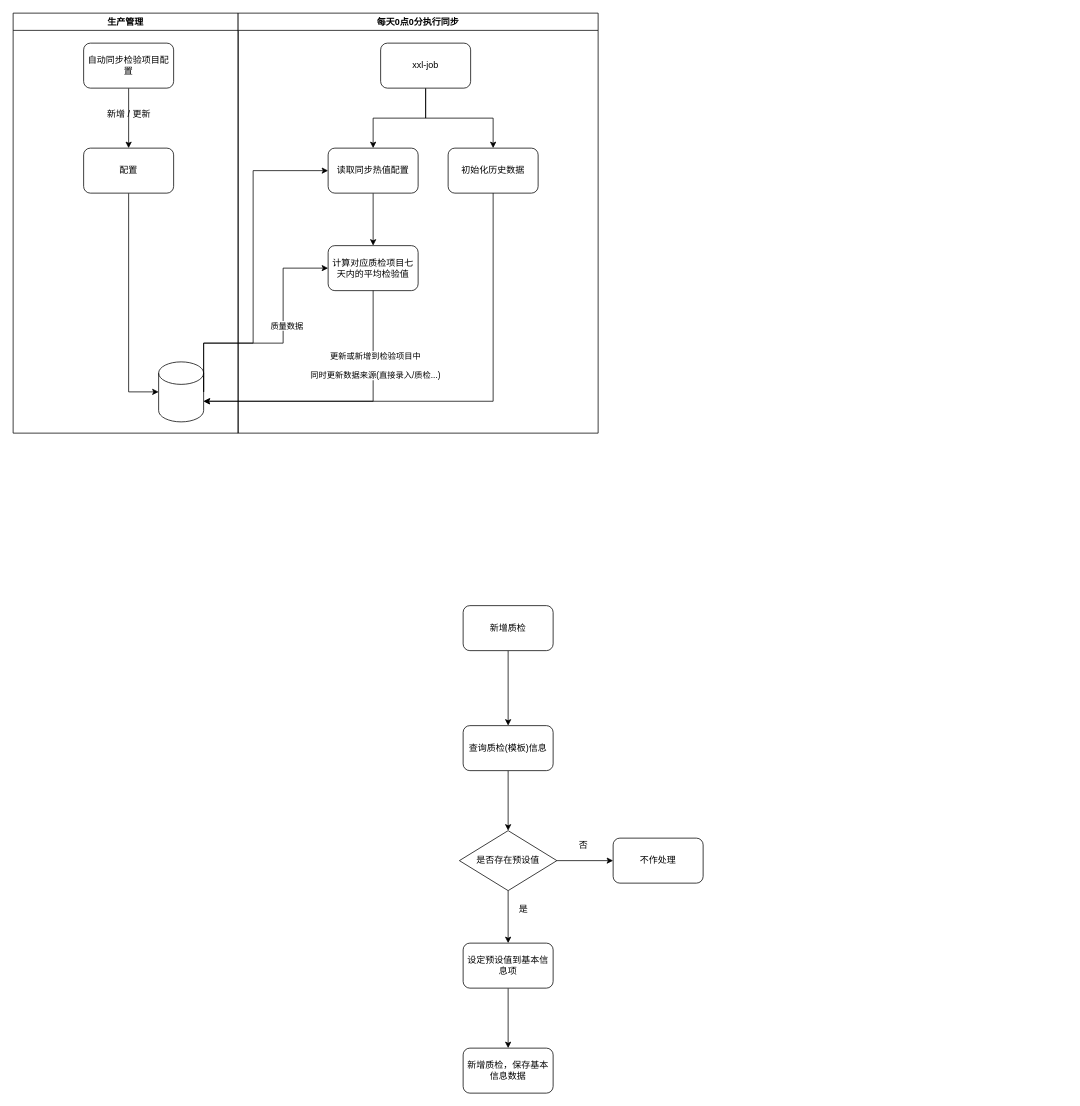
Above: Temp.drawio in Leo-Lee-j/sketch (draw.io), before the change. Source tidied: cells renumbered, new cells numbered last; positions are measured from the earlier drawing's top-left corner, leaving out a move shared by most shapes. Both pictures are drawn from the tidied source at 75%, with x=0, y=0 at pixel (13, 13).
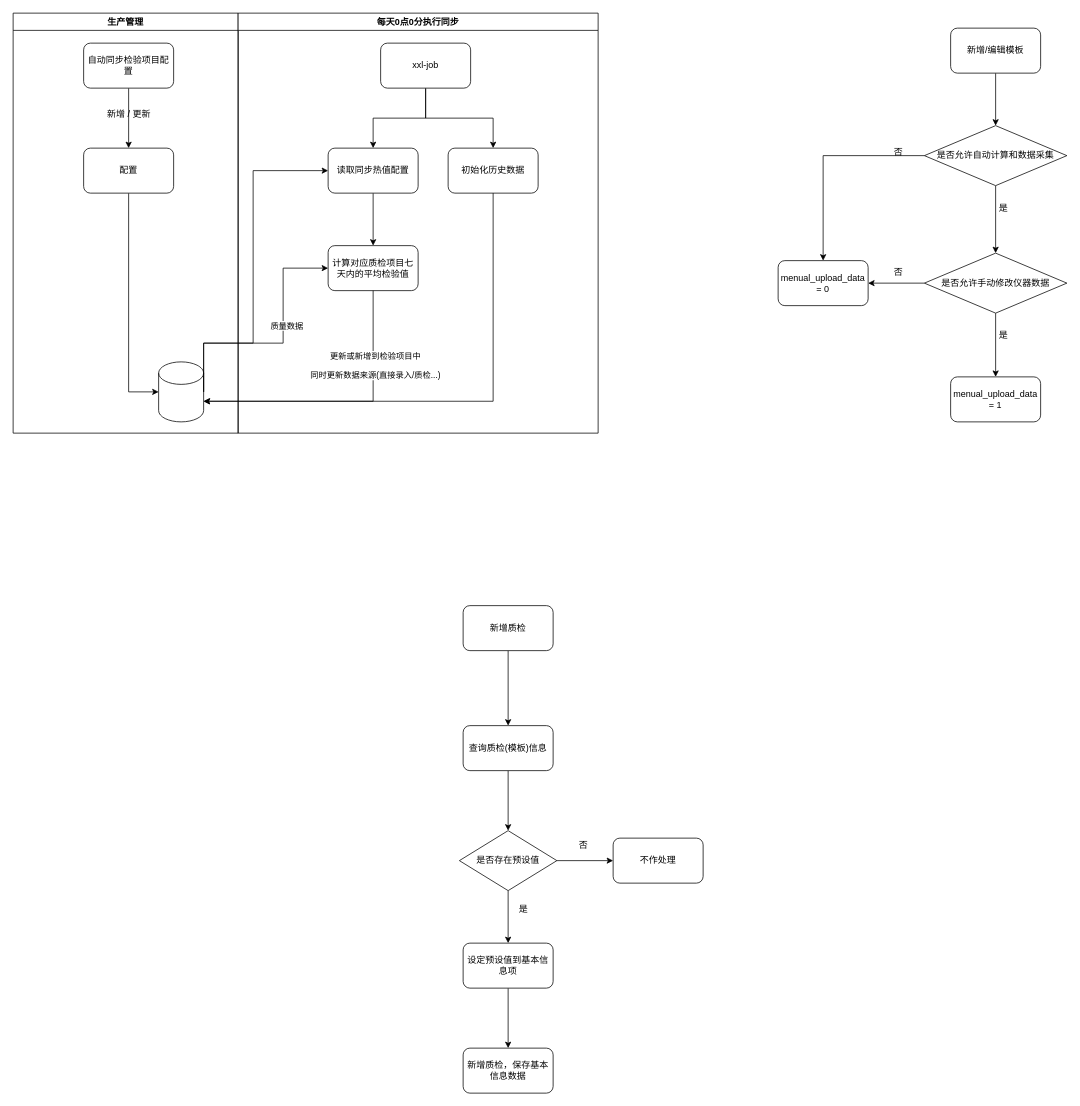
Above is the later version.

Change to the diagram source:
```diff
@@
+    <mxCell id="36" style="edgeStyle=orthogonalEdgeStyle;rounded=0;jettySize=auto;html=1;exitX=0.5;exitY=1;exitDx=0;exitDy=0;" parent="1" edge="1" source="37" target="40">
+      <mxGeometry relative="1" as="geometry" />
+    </mxCell>
+    <mxCell id="37" value="新增/编辑模板" style="rounded=1;whiteSpace=wrap;html=1;" parent="1" vertex="1">
+      <mxGeometry x="1250" y="20" width="120" height="60" as="geometry" />
+    </mxCell>
+    <mxCell id="38" style="edgeStyle=orthogonalEdgeStyle;rounded=0;jettySize=auto;html=1;exitX=0.5;exitY=1;exitDx=0;exitDy=0;" parent="1" edge="1" source="40" target="44">
+      <mxGeometry relative="1" as="geometry" />
+    </mxCell>
+    <mxCell id="39" style="edgeStyle=orthogonalEdgeStyle;rounded=0;jettySize=auto;html=1;exitX=0;exitY=0.5;exitDx=0;exitDy=0;entryX=0.5;entryY=0;entryDx=0;entryDy=0;" parent="1" edge="1" source="40" target="41">
+      <mxGeometry relative="1" as="geometry" />
+    </mxCell>
+    <mxCell id="40" value="是否允许自动计算和数据采集" style="rhombus;whiteSpace=wrap;html=1;" parent="1" vertex="1">
+      <mxGeometry x="1215" y="150" width="190" height="80" as="geometry" />
+    </mxCell>
+    <mxCell id="41" value="&lt;div class=&quot;lake-content&quot;&gt;&lt;p style=&quot;margin: 0; padding: 0; min-height: 24px&quot; class=&quot;ne-p&quot; id=&quot;uf80ff8f8&quot;&gt;&lt;span class=&quot;ne-text&quot;&gt;menual_upload_data = 0&lt;/span&gt;&lt;/p&gt;&lt;/div&gt;" style="rounded=1;whiteSpace=wrap;html=1;" parent="1" vertex="1">
+      <mxGeometry x="1020" y="330" width="120" height="60" as="geometry" />
+    </mxCell>
+    <mxCell id="42" style="edgeStyle=orthogonalEdgeStyle;rounded=0;jettySize=auto;html=1;exitX=0;exitY=0.5;exitDx=0;exitDy=0;entryX=1;entryY=0.5;entryDx=0;entryDy=0;" parent="1" edge="1" source="44" target="41">
+      <mxGeometry relative="1" as="geometry" />
+    </mxCell>
+    <mxCell id="43" style="edgeStyle=orthogonalEdgeStyle;rounded=0;jettySize=auto;html=1;exitX=0.5;exitY=1;exitDx=0;exitDy=0;entryX=0.5;entryY=0;entryDx=0;entryDy=0;" parent="1" edge="1" source="44" target="47">
+      <mxGeometry relative="1" as="geometry" />
+    </mxCell>
+    <mxCell id="44" value="是否允许手动修改仪器数据" style="rhombus;whiteSpace=wrap;html=1;" parent="1" vertex="1">
+      <mxGeometry x="1215" y="320" width="190" height="80" as="geometry" />
+    </mxCell>
+    <mxCell id="45" value="是" style="text;html=1;align=center;verticalAlign=middle;strokeColor=none;fillColor=none;" parent="1" vertex="1">
+      <mxGeometry x="1300" y="245" width="40" height="30" as="geometry" />
+    </mxCell>
+    <mxCell id="46" value="否" style="text;html=1;align=center;verticalAlign=middle;strokeColor=none;fillColor=none;" parent="1" vertex="1">
+      <mxGeometry x="1160" y="170" width="40" height="30" as="geometry" />
+    </mxCell>
+    <mxCell id="47" value="&lt;div class=&quot;lake-content&quot;&gt;&lt;p style=&quot;margin: 0; padding: 0; min-height: 24px&quot; class=&quot;ne-p&quot; id=&quot;uf80ff8f8&quot;&gt;&lt;span class=&quot;ne-text&quot;&gt;menual_upload_data = 1&lt;/span&gt;&lt;/p&gt;&lt;/div&gt;" style="rounded=1;whiteSpace=wrap;html=1;" parent="1" vertex="1">
+      <mxGeometry x="1250" y="485" width="120" height="60" as="geometry" />
+    </mxCell>
+    <mxCell id="48" value="否" style="text;html=1;align=center;verticalAlign=middle;strokeColor=none;fillColor=none;" parent="1" vertex="1">
+      <mxGeometry x="1160" y="330" width="40" height="30" as="geometry" />
+    </mxCell>
+    <mxCell id="49" value="是" style="text;html=1;align=center;verticalAlign=middle;strokeColor=none;fillColor=none;" parent="1" vertex="1">
+      <mxGeometry x="1300" y="415" width="40" height="30" as="geometry" />
+    </mxCell>
```
